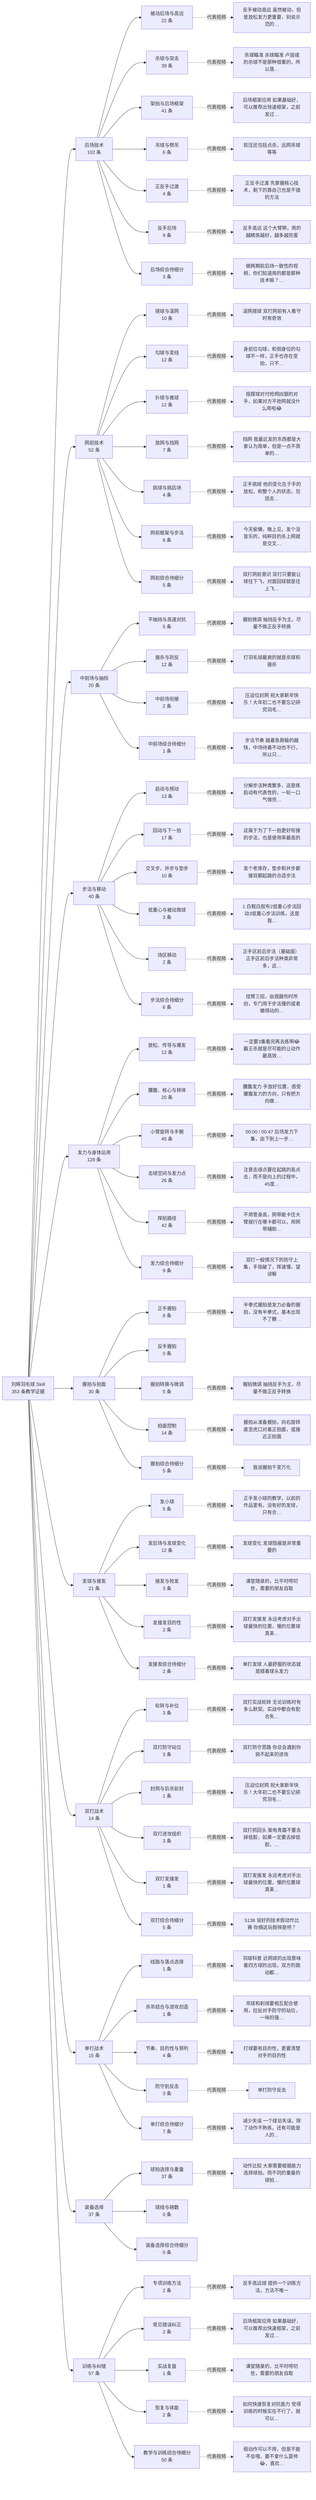
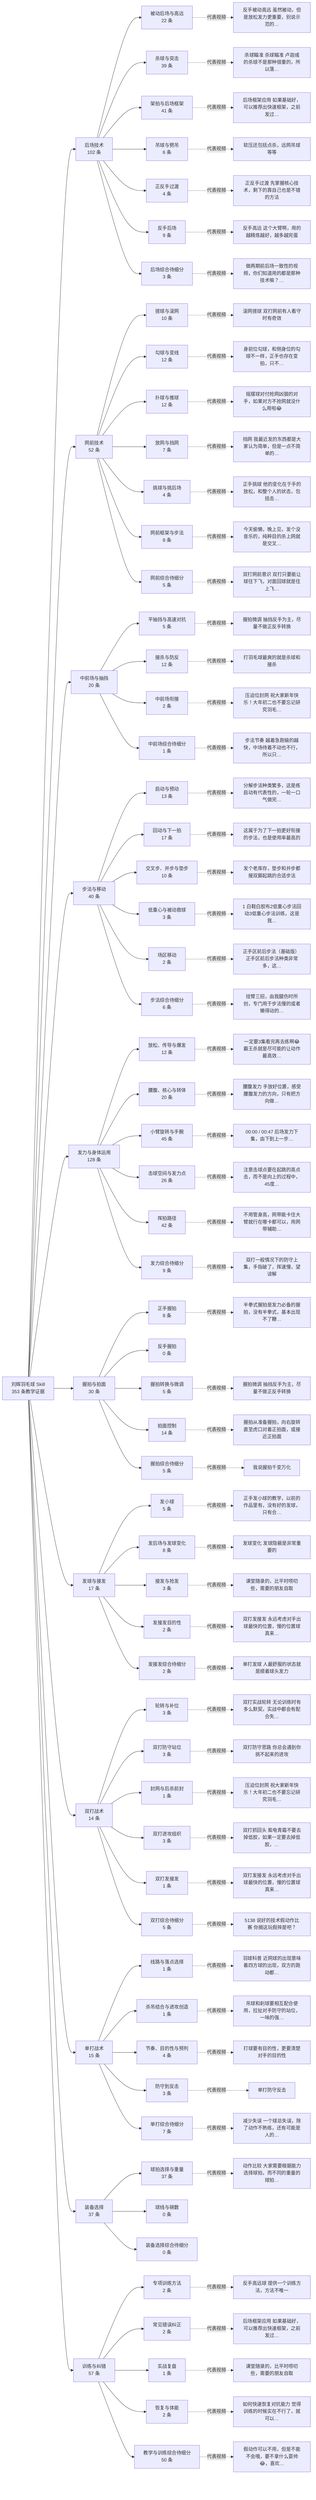
flowchart LR
  root["刘辉羽毛球 Skill<br/>353 条教学证据"]
  c0["后场技术<br/>102 条"]
  root --> c0
  s0_0["被动后场与高远<br/>22 条"]
  c0 --> s0_0
  v0_0["反手被动高远 虽然被动，但是放松发力更重要，别说示范的…"]
  s0_0 -.代表视频.-> v0_0
  s0_1["杀球与突击<br/>39 条"]
  c0 --> s0_1
  v0_1["杀球瞄准 杀球瞄准 卢迦彧的杀球不是那种很重的，所以落…"]
  s0_1 -.代表视频.-> v0_1
  s0_2["架拍与后场框架<br/>41 条"]
  c0 --> s0_2
  v0_2["后场框架应用 如果基础好，可以推荐出快速框架，之前发过…"]
  s0_2 -.代表视频.-> v0_2
  s0_3["吊球与劈吊<br/>6 条"]
  c0 --> s0_3
  v0_3["软压还包括点杀，远网吊球等等"]
  s0_3 -.代表视频.-> v0_3
  s0_4["正反手过渡<br/>4 条"]
  c0 --> s0_4
  v0_4["正反手过渡 先掌握核心技术，剩下的靠自己也是不错的方法"]
  s0_4 -.代表视频.-> v0_4
  s0_5["反手后场<br/>9 条"]
  c0 --> s0_5
  v0_5["反手高远 这个大臂啊，用的越精炼越好，越多越完蛋"]
  s0_5 -.代表视频.-> v0_5
  s0_6["后场综合待细分<br/>3 条"]
  c0 --> s0_6
  v0_6["做两期前后场一致性的视频，你们知道用的都是那种技术嘛？…"]
  s0_6 -.代表视频.-> v0_6
  c1["网前技术<br/>52 条"]
  root --> c1
  s1_0["搓球与滚网<br/>10 条"]
  c1 --> s1_0
  v1_0["滚网搓球 双打网前有人看守时有奇效"]
  s1_0 -.代表视频.-> v1_0
  s1_1["勾球与变线<br/>12 条"]
  c1 --> s1_1
  v1_1["身前位勾球，和侧身位的勾球不一样，正手也存在变拍，只不…"]
  s1_1 -.代表视频.-> v1_1
  s1_2["扑球与推球<br/>12 条"]
  c1 --> s1_2
  v1_2["摇摆球对付抢网凶狠的对手，如果对方不抢网就没什么用啦😂"]
  s1_2 -.代表视频.-> v1_2
  s1_3["放网与挡网<br/>7 条"]
  c1 --> s1_3
  v1_3["挡网 我最近发的东西都是大家认为简单，但是一点不简单的…"]
  s1_3 -.代表视频.-> v1_3
  s1_4["挑球与挑后场<br/>4 条"]
  c1 --> s1_4
  v1_4["正手挑球 他的变化在于手的放松，和整个人的状态，包括击…"]
  s1_4 -.代表视频.-> v1_4
  s1_5["网前框架与步法<br/>8 条"]
  c1 --> s1_5
  v1_5["今天偷懒，晚上见，发个没音乐的，纯粹目的杀上网就是交叉…"]
  s1_5 -.代表视频.-> v1_5
  s1_6["网前综合待细分<br/>5 条"]
  c1 --> s1_6
  v1_6["双打网前意识 双打只要能让球往下飞，对面回球就是往上飞…"]
  s1_6 -.代表视频.-> v1_6
  c2["中前场与抽挡<br/>20 条"]
  root --> c2
  s2_0["平抽挡与高速对抗<br/>5 条"]
  c2 --> s2_0
  v2_0["握拍微调 抽挡反手为主，尽量不做正反手转换"]
  s2_0 -.代表视频.-> v2_0
  s2_1["接杀与防反<br/>12 条"]
  c2 --> s2_1
  v2_1["打羽毛球最爽的就是杀球和接杀"]
  s2_1 -.代表视频.-> v2_1
  s2_2["中前场衔接<br/>2 条"]
  c2 --> s2_2
  v2_2["压迫位封网 祝大家新年快乐！大年初二也不要忘记研究羽毛…"]
  s2_2 -.代表视频.-> v2_2
  s2_3["中前场综合待细分<br/>1 条"]
  c2 --> s2_3
  v2_3["步法节奏 越着急跑输的越快，中场待着不动也不行，所以只…"]
  s2_3 -.代表视频.-> v2_3
  c3["步法与移动<br/>40 条"]
  root --> c3
  s3_0["启动与预动<br/>13 条"]
  c3 --> s3_0
  v3_0["分解步法种类繁多，这是练启动有代表性的，一轮一口气做完…"]
  s3_0 -.代表视频.-> v3_0
  s3_1["回动与下一拍<br/>17 条"]
  c3 --> s3_1
  v3_1["这属于为了下一拍更好衔接的步法，也是使用率最高的"]
  s3_1 -.代表视频.-> v3_1
  s3_2["交叉步、并步与垫步<br/>10 条"]
  c3 --> s3_2
  v3_2["发个老库存，垫步和并步都接双脚起跳的合适步法"]
  s3_2 -.代表视频.-> v3_2
  s3_3["低重心与被动救球<br/>3 条"]
  c3 --> s3_3
  v3_3["1 白鞋白胶布2低重心步法回动3低重心步法训练，这是我…"]
  s3_3 -.代表视频.-> v3_3
  s3_4["场区移动<br/>2 条"]
  c3 --> s3_4
  v3_4["正手区前后步法（基础版） 正手区前后步法种类非常多，这…"]
  s3_4 -.代表视频.-> v3_4
  s3_5["步法综合待细分<br/>6 条"]
  c3 --> s3_5
  v3_5["挂臂三招，由我腿伤时所创，专门用于步法慢的或者懒得动的…"]
  s3_5 -.代表视频.-> v3_5
  c4["发力与身体运用<br/>128 条"]
  root --> c4
  s4_0["放松、传导与爆发<br/>12 条"]
  c4 --> s4_0
  v4_0["一定要3集看完再去练啊😂霸王杀就是尽可能的让动作最高效…"]
  s4_0 -.代表视频.-> v4_0
  s4_1["腰腹、核心与转体<br/>20 条"]
  c4 --> s4_1
  v4_1["腰腹发力 手放好位置，感受腰腹发力的方向，只有把方向做…"]
  s4_1 -.代表视频.-> v4_1
  s4_2["小臂旋转与手腕<br/>45 条"]
  c4 --> s4_2
  v4_2["00:00 / 00:47 后场发力下集，由下到上一步…"]
  s4_2 -.代表视频.-> v4_2
  s4_3["击球空间与发力点<br/>26 条"]
  c4 --> s4_3
  v4_3["注意击球点要在起跳的高点击，而不是向上的过程中，45度…"]
  s4_3 -.代表视频.-> v4_3
  s4_4["挥拍路径<br/>42 条"]
  c4 --> s4_4
  v4_4["不用管身高，网带能卡住大臂就行在哪卡都可以，用网带辅助…"]
  s4_4 -.代表视频.-> v4_4
  s4_5["发力综合待细分<br/>9 条"]
  c4 --> s4_5
  v4_5["双打一般情况下的防守上集，手指破了，挥速慢，望谅解"]
  s4_5 -.代表视频.-> v4_5
  c5["握拍与拍面<br/>30 条"]
  root --> c5
  s5_0["正手握拍<br/>8 条"]
  c5 --> s5_0
  v5_0["半拳式握拍是发力必备的握拍，没有半拳式，基本出现不了鞭…"]
  s5_0 -.代表视频.-> v5_0
  s5_1["反手握拍<br/>0 条"]
  c5 --> s5_1
  s5_2["握拍转换与微调<br/>5 条"]
  c5 --> s5_2
  v5_2["握拍微调 抽挡反手为主，尽量不做正反手转换"]
  s5_2 -.代表视频.-> v5_2
  s5_3["拍面控制<br/>14 条"]
  c5 --> s5_3
  v5_3["握拍从准备握拍，向右旋转直至虎口对着正拍面，或接近正拍面"]
  s5_3 -.代表视频.-> v5_3
  s5_4["握拍综合待细分<br/>5 条"]
  c5 --> s5_4
  v5_4["我说握拍千变万化"]
  s5_4 -.代表视频.-> v5_4
-   c6["发球与接发<br/>21 条"]
+   c6["发球与接发<br/>17 条"]
  root --> c6
  s6_0["发小球<br/>5 条"]
  c6 --> s6_0
  v6_0["正手发小球的教学，以前的作品里有，没有好的发球，只有合…"]
  s6_0 -.代表视频.-> v6_0
-   s6_1["发后场与发球变化<br/>12 条"]
+   s6_1["发后场与发球变化<br/>8 条"]
  c6 --> s6_1
  v6_1["发球变化 发球隐蔽是非常重要的"]
  s6_1 -.代表视频.-> v6_1
  s6_2["接发与抢发<br/>3 条"]
  c6 --> s6_2
  v6_2["课堂随录的，比平时唠叨些，需要的朋友自取"]
  s6_2 -.代表视频.-> v6_2
  s6_3["发接发目的性<br/>2 条"]
  c6 --> s6_3
  v6_3["双打发接发 永远考虑对手出球最快的位置，慢的位置球真来…"]
  s6_3 -.代表视频.-> v6_3
  s6_4["发接发综合待细分<br/>2 条"]
  c6 --> s6_4
  v6_4["单打发球 人最舒服的状态就是顺着球头发力"]
  s6_4 -.代表视频.-> v6_4
  c7["双打战术<br/>14 条"]
  root --> c7
  s7_0["轮转与补位<br/>3 条"]
  c7 --> s7_0
  v7_0["双打实战轮转 无论训练时有多么默契，实战中都会有配合失…"]
  s7_0 -.代表视频.-> v7_0
  s7_1["双打防守站位<br/>3 条"]
  c7 --> s7_1
  v7_1["双打防守思路 你总会遇到你挑不起来的进攻"]
  s7_1 -.代表视频.-> v7_1
  s7_2["封网与后杀前封<br/>1 条"]
  c7 --> s7_2
  v7_2["压迫位封网 祝大家新年快乐！大年初二也不要忘记研究羽毛…"]
  s7_2 -.代表视频.-> v7_2
  s7_3["双打进攻组织<br/>3 条"]
  c7 --> s7_3
  v7_3["双打抓回头 紫电青霜不要去掉低胶，如果一定要去掉低胶，…"]
  s7_3 -.代表视频.-> v7_3
  s7_4["双打发接发<br/>1 条"]
  c7 --> s7_4
  v7_4["双打发接发 永远考虑对手出球最快的位置，慢的位置球真来…"]
  s7_4 -.代表视频.-> v7_4
  s7_5["双打综合待细分<br/>5 条"]
  c7 --> s7_5
  v7_5["5138 说好的技术假动作比赛 你搁这玩假摔是吧？"]
  s7_5 -.代表视频.-> v7_5
  c8["单打战术<br/>15 条"]
  root --> c8
  s8_0["线路与落点选择<br/>1 条"]
  c8 --> s8_0
  v8_0["羽球科普 近网球的出现意味着四方球的出现，双方的跑动都…"]
  s8_0 -.代表视频.-> v8_0
  s8_1["杀吊结合与进攻创造<br/>1 条"]
  c8 --> s8_1
  v8_1["吊球和刹球要相互配合使用，拉扯对手防守的站位，一味的强…"]
  s8_1 -.代表视频.-> v8_1
  s8_2["节奏、目的性与预判<br/>4 条"]
  c8 --> s8_2
  v8_2["打球要有目的性，更要清楚对手的目的性"]
  s8_2 -.代表视频.-> v8_2
  s8_3["防守到反击<br/>3 条"]
  c8 --> s8_3
  v8_3["单打防守反击"]
  s8_3 -.代表视频.-> v8_3
  s8_4["单打综合待细分<br/>7 条"]
  c8 --> s8_4
  v8_4["减少失误 一个球总失误，除了动作不熟练，还有可能是人的…"]
  s8_4 -.代表视频.-> v8_4
  c9["装备选择<br/>37 条"]
  root --> c9
  s9_0["球拍选择与重量<br/>37 条"]
  c9 --> s9_0
  v9_0["动作比较 大家需要根据能力选择球拍，而不同的重量的球拍…"]
  s9_0 -.代表视频.-> v9_0
  s9_1["球线与磅数<br/>0 条"]
  c9 --> s9_1
  s9_2["装备选择综合待细分<br/>0 条"]
  c9 --> s9_2
  c10["训练与纠错<br/>57 条"]
  root --> c10
  s10_0["专项训练方法<br/>2 条"]
  c10 --> s10_0
  v10_0["反手高远球 提供一个训练方法，方法不唯一"]
  s10_0 -.代表视频.-> v10_0
  s10_1["常见错误纠正<br/>2 条"]
  c10 --> s10_1
  v10_1["后场框架应用 如果基础好，可以推荐出快速框架，之前发过…"]
  s10_1 -.代表视频.-> v10_1
  s10_2["实战复盘<br/>1 条"]
  c10 --> s10_2
  v10_2["课堂随录的，比平时唠叨些，需要的朋友自取"]
  s10_2 -.代表视频.-> v10_2
  s10_3["恢复与体能<br/>2 条"]
  c10 --> s10_3
  v10_3["如何快速恢复对抗能力 觉得训练的时候实在不行了，就可以…"]
  s10_3 -.代表视频.-> v10_3
  s10_4["教学与训练综合待细分<br/>50 条"]
  c10 --> s10_4
  v10_4["假动作可以不用，但是不能不会哦，要不拿什么耍帅😂，喜欢…"]
  s10_4 -.代表视频.-> v10_4
